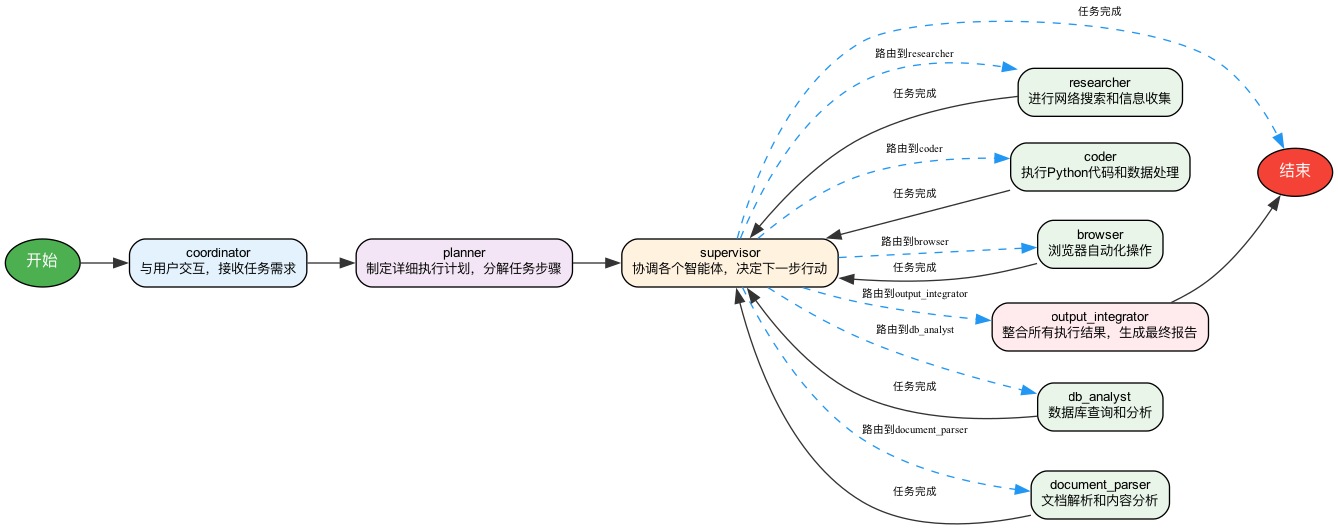
Above: docs/diagrams/fusionai_workflow.png in LestreZhao/agent-service (Mermaid), before the change. Its source is kept beside it as docs/diagrams/fusionai_workflow.mmd.
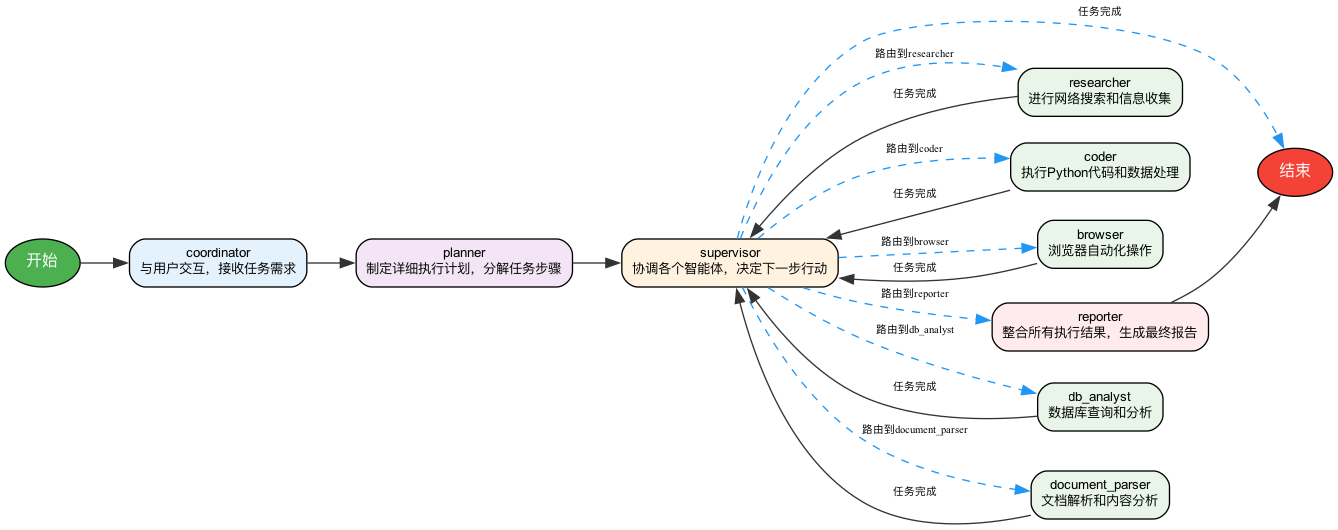
After the change.

The edit, as a diff of the source:
```diff
@@ -5,7 +5,7 @@
     researcher["researcher<br/>进行网络搜索和信息收集"]
     coder["coder<br/>执行Python代码和数据处理"]
     browser["browser<br/>浏览器自动化操作"]
-    output_integrator["output_integrator<br/>整合所有执行结果，生成最终报告"]
+    reporter["reporter<br/>整合所有执行结果，生成最终报告"]
     db_analyst["db_analyst<br/>数据库查询和分析"]
     document_parser["document_parser<br/>文档解析和内容分析"]
     start([开始])
@@ -17,7 +17,7 @@
     supervisor -->|路由到researcher| researcher
     supervisor -->|路由到coder| coder
     supervisor -->|路由到browser| browser
-    supervisor -->|路由到output_integrator| output_integrator
+    supervisor -->|路由到reporter| reporter
     supervisor -->|路由到db_analyst| db_analyst
     supervisor -->|路由到document_parser| document_parser
     researcher --> supervisor
@@ -25,7 +25,7 @@
     browser --> supervisor
     db_analyst --> supervisor
     document_parser --> supervisor
-    output_integrator --> end
+    reporter --> end
     supervisor -->|任务完成| end
 
     classDef startEnd fill:#4CAF50,stroke:#333,stroke-width:2px,color:#fff
@@ -33,11 +33,11 @@
     classDef planner fill:#F3E5F5,stroke:#333,stroke-width:2px
     classDef supervisor fill:#FFF3E0,stroke:#333,stroke-width:2px
     classDef executor fill:#E8F5E8,stroke:#333,stroke-width:2px
-    classDef integrator fill:#FFEBEE,stroke:#333,stroke-width:2px
+    classDef reporter fill:#FFEBEE,stroke:#333,stroke-width:2px
 
     class start,end startEnd
     class coordinator coordinator
     class planner planner
     class supervisor supervisor
     class researcher,coder,browser,db_analyst,document_parser executor
-    class output_integrator integrator
+    class reporter reporter
```
